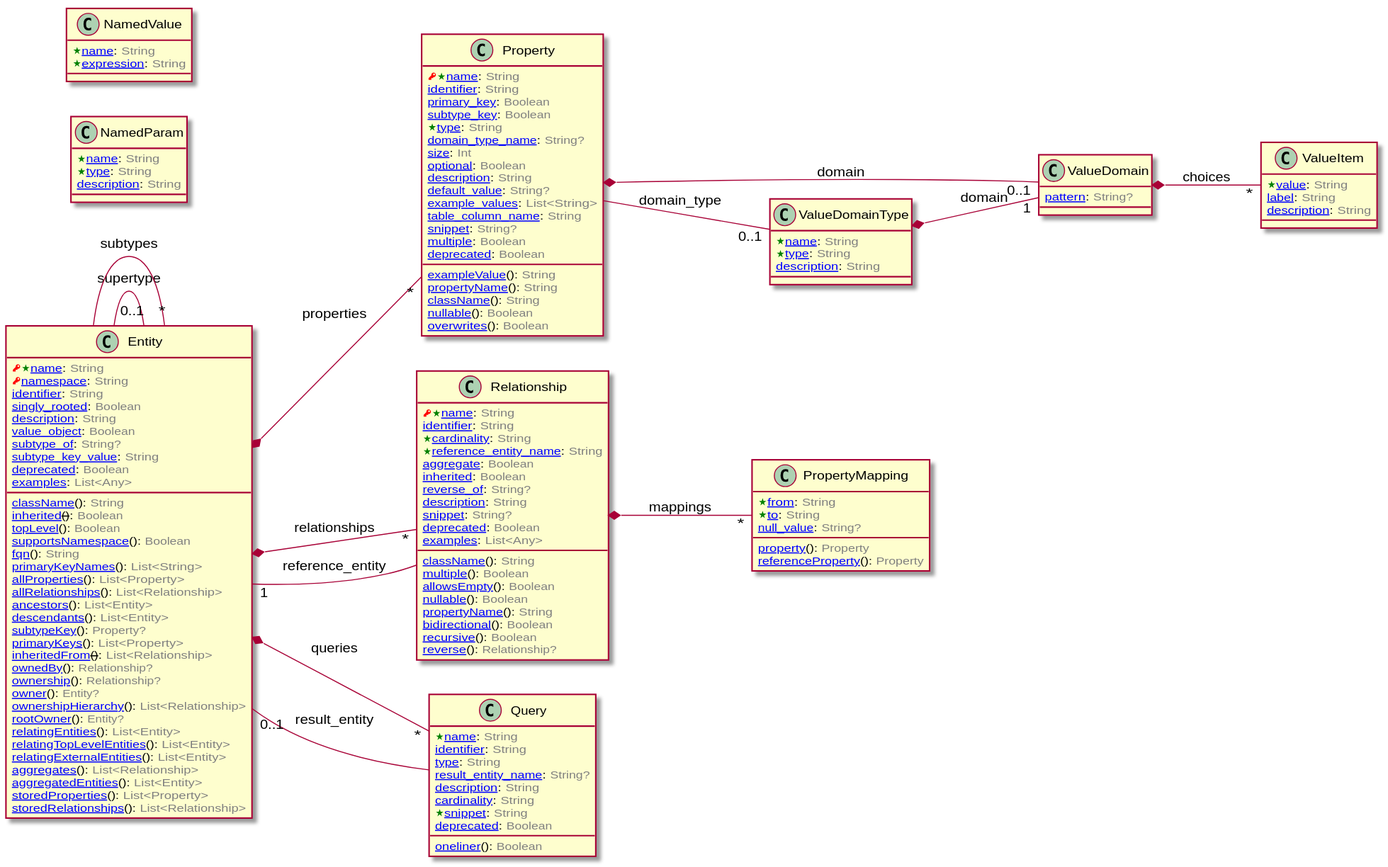
laplacian-core/metamodel keeps this PlantUML diagram as doc/image/model-diagram.svg. Above is the earlier version.
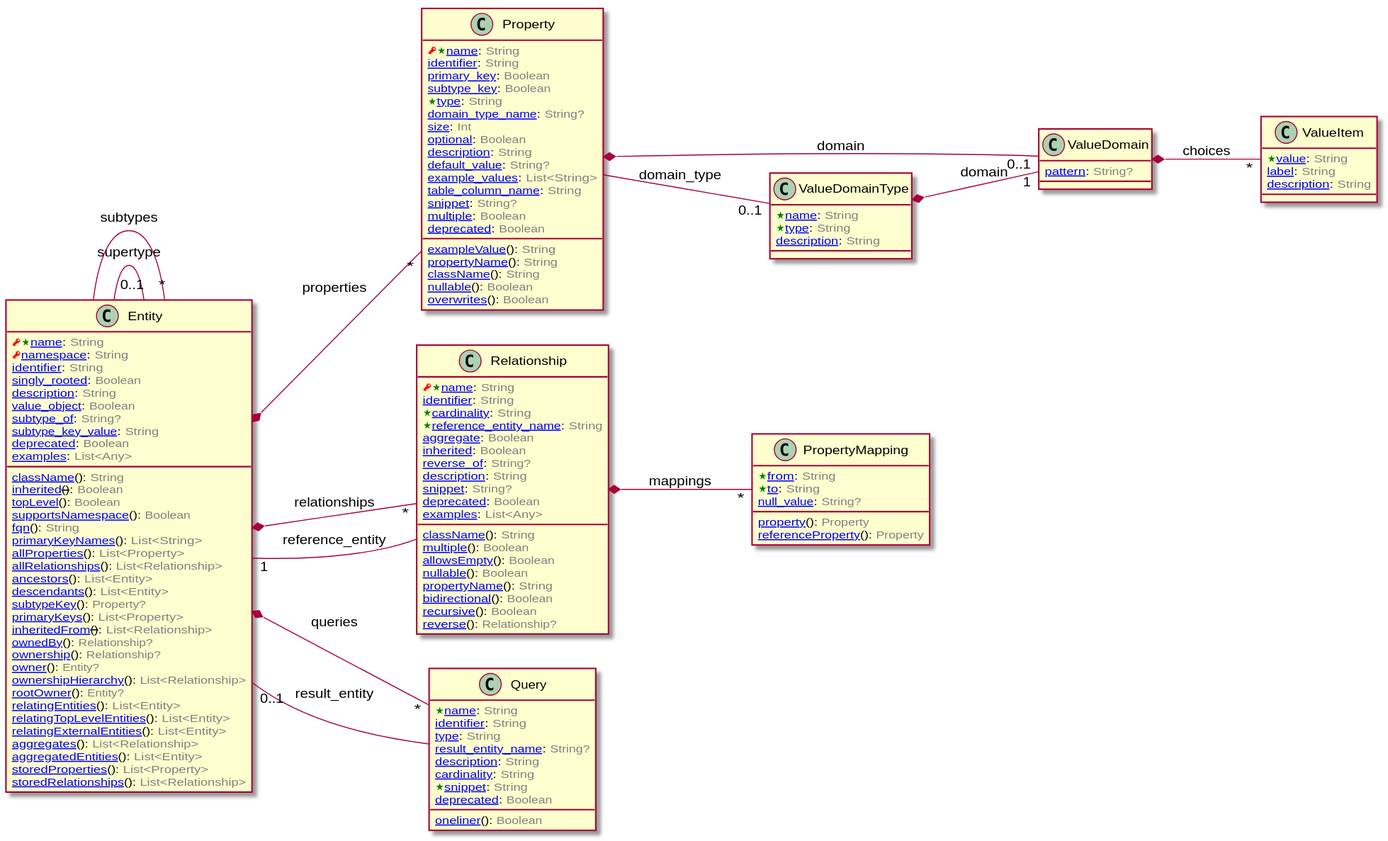
Later version of the same file.

The edit, as a diff of the source:
```diff
@@ -74,23 +74,6 @@
 
 
 Entity *-- "*" Query : queries
-
-
-
-
-class NamedParam [[/blob/master/doc/entities/NamedParam.md]] {
-  <color:Green><&star></color>[[/blob/master/doc/entities/NamedParam.md#name-string name]]: <color:GRAY>String</color>
-  <color:Green><&star></color>[[/blob/master/doc/entities/NamedParam.md#type-string type]]: <color:GRAY>String</color>
-  [[/blob/master/doc/entities/NamedParam.md#description-string description]]: <color:GRAY>String</color>
-}
-
-
-
-
-class NamedValue [[/blob/master/doc/entities/NamedValue.md]] {
-  <color:Green><&star></color>[[/blob/master/doc/entities/NamedValue.md#name-string name]]: <color:GRAY>String</color>
-  <color:Green><&star></color>[[/blob/master/doc/entities/NamedValue.md#expression-string expression]]: <color:GRAY>String</color>
-}
 
 
 
```
